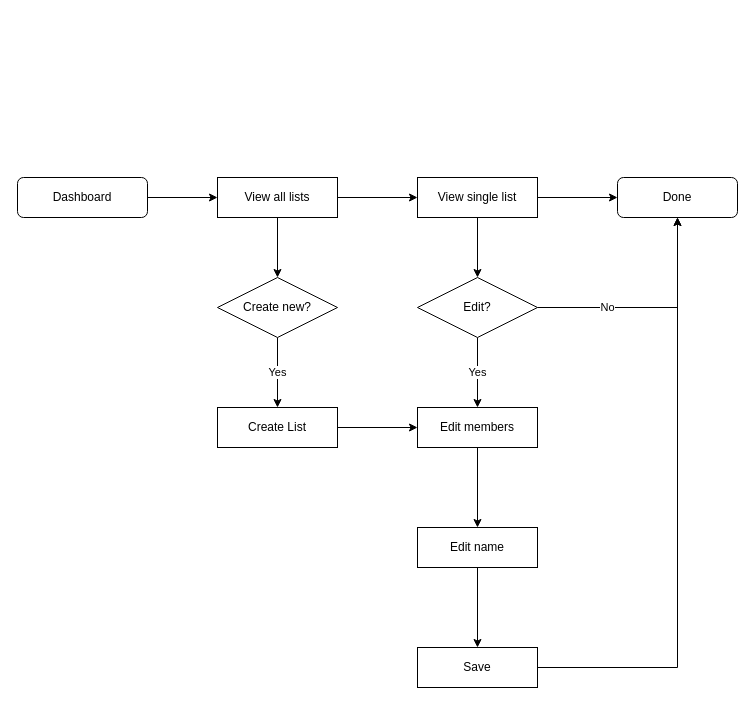
Before: page "Manage User Lists" (4 of 4) of diagrams/Front_Flowcharts.drawio in corsaire-chaparral/registre-coch, a draw.io diagram. Source tidied: cells renumbered, new cells numbered last; positions are measured from the earlier drawing's top-left corner, leaving out a move shared by most shapes. Both pictures are drawn from the tidied source at 100%, with x=0, y=0 at pixel (17, 177).
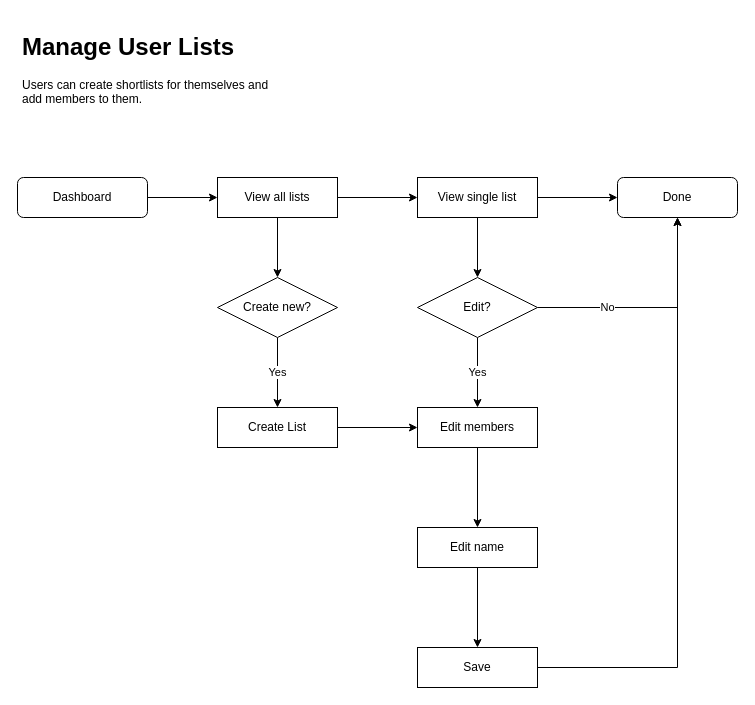
The same page after the edit.

The edit, as a diff of the source:
```diff
@@
+    <mxCell id="24" value="&lt;h1&gt;Manage User Lists&lt;br&gt;&lt;/h1&gt;&lt;p&gt;Users can create shortlists for themselves and add members to them.&lt;br&gt;&lt;/p&gt;" style="text;html=1;strokeColor=none;fillColor=none;spacing=5;spacingTop=-20;whiteSpace=wrap;overflow=hidden;rounded=0;" parent="1" vertex="1">
+      <mxGeometry y="-150" width="270" height="120" as="geometry" />
+    </mxCell>
```
